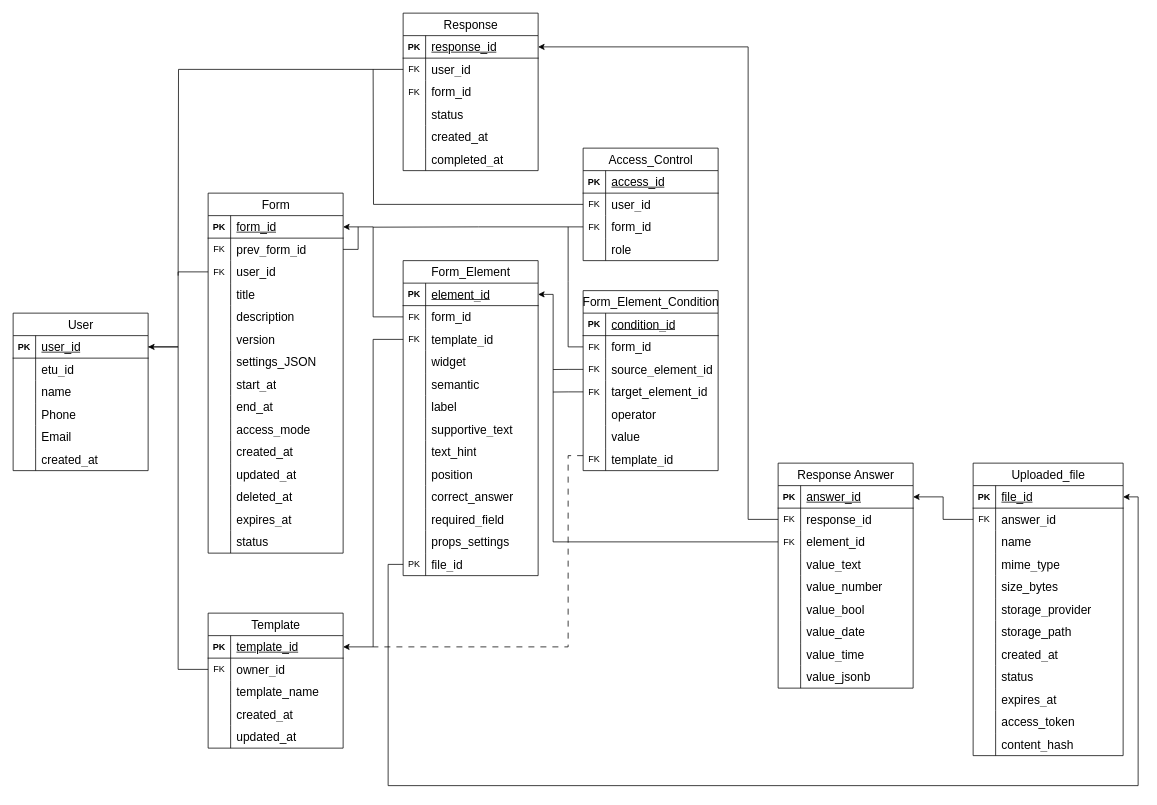
This is docs/ER.drawio from brick1ng5654/ETU-Forms, a draw.io file, before an edit. Source tidied: cells renumbered, new cells numbered last; positions are measured from the earlier drawing's top-left corner, leaving out a move shared by most shapes. Both pictures are drawn from the tidied source at 75%, with x=0, y=0 at pixel (13, 13).
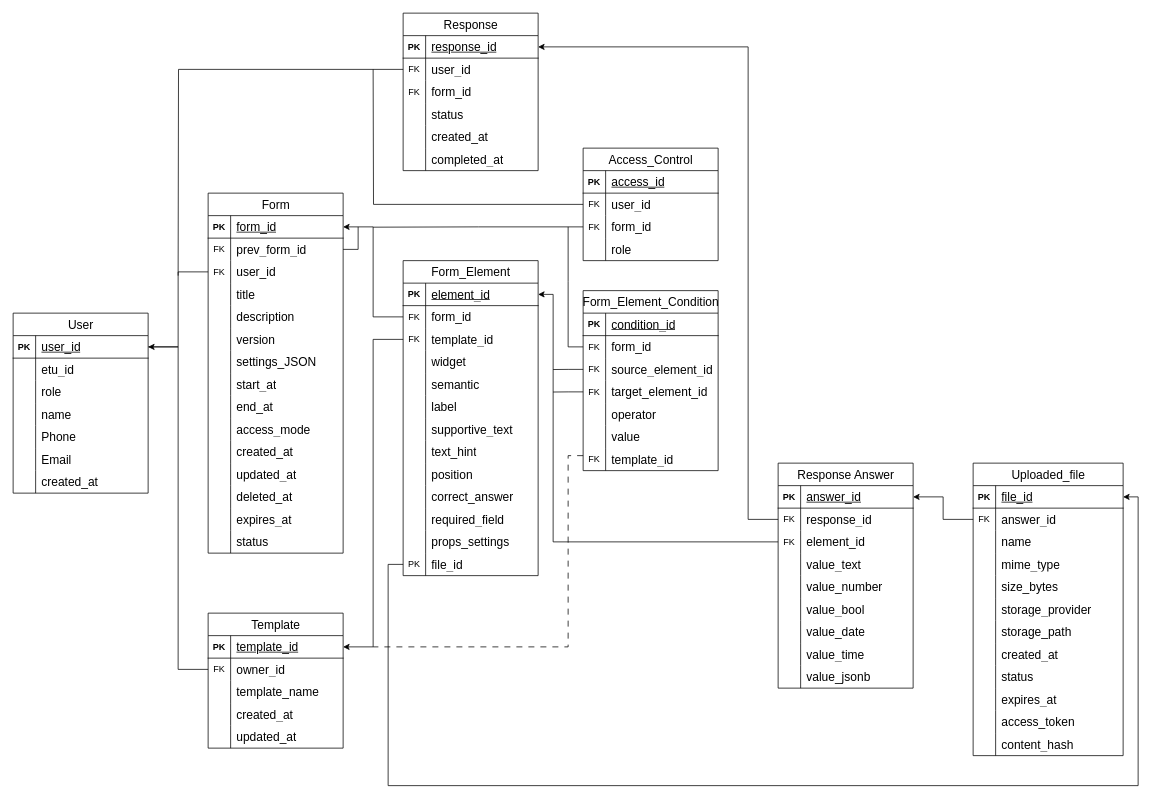
The same page after the edit.

What changed in the source:
```diff
@@
     <mxCell id="48" value="&lt;span style=&quot;font-size: 16px; font-weight: 400;&quot;&gt;User&lt;/span&gt;" style="shape=table;startSize=30;childLayout=tableLayout;rowLines=0;fontStyle=1;align=center;html=1;" parent="1" vertex="1">
-      <mxGeometry y="400" width="180" height="210" as="geometry" />
+      <mxGeometry y="400" width="180" height="240" as="geometry" />
     </mxCell>
@@
+    <mxCell id="258" style="shape=tableRow;horizontal=0;startSize=0;swimlaneHead=0;swimlaneBody=0;fillColor=none;top=0;left=0;right=0;bottom=0;" parent="48" vertex="1">
+      <mxGeometry y="90" width="180" height="30" as="geometry" />
+    </mxCell>
+    <mxCell id="259" style="shape=partialRectangle;fillColor=none;top=0;left=0;bottom=0;right=0;overflow=hidden;whiteSpace=wrap;html=1;" parent="258" vertex="1">
+      <mxGeometry width="30" height="30" as="geometry" />
+    </mxCell>
+    <mxCell id="260" value="&lt;span style=&quot;font-size: 16px;&quot;&gt;role&lt;/span&gt;" style="shape=partialRectangle;fillColor=none;top=0;left=0;bottom=0;right=0;align=left;spacingLeft=6;overflow=hidden;whiteSpace=wrap;html=1;" parent="258" vertex="1">
+      <mxGeometry x="30" width="150" height="30" as="geometry" />
+    </mxCell>
     <mxCell id="55" style="shape=tableRow;horizontal=0;startSize=0;swimlaneHead=0;swimlaneBody=0;fillColor=none;top=0;left=0;right=0;bottom=0;" parent="48" vertex="1">
-      <mxGeometry y="90" width="180" height="30" as="geometry" />
+      <mxGeometry y="120" width="180" height="30" as="geometry" />
     </mxCell>
@@
     <mxCell id="58" style="shape=tableRow;horizontal=0;startSize=0;swimlaneHead=0;swimlaneBody=0;fillColor=none;top=0;left=0;right=0;bottom=0;" parent="48" vertex="1">
-      <mxGeometry y="120" width="180" height="30" as="geometry" />
+      <mxGeometry y="150" width="180" height="30" as="geometry" />
     </mxCell>
@@
     <mxCell id="61" style="shape=tableRow;horizontal=0;startSize=0;swimlaneHead=0;swimlaneBody=0;fillColor=none;top=0;left=0;right=0;bottom=0;" parent="48" vertex="1">
-      <mxGeometry y="150" width="180" height="30" as="geometry" />
+      <mxGeometry y="180" width="180" height="30" as="geometry" />
     </mxCell>
@@
     <mxCell id="64" style="shape=tableRow;horizontal=0;startSize=0;swimlaneHead=0;swimlaneBody=0;fillColor=none;top=0;left=0;right=0;bottom=0;" parent="48" vertex="1">
-      <mxGeometry y="180" width="180" height="30" as="geometry" />
+      <mxGeometry y="210" width="180" height="30" as="geometry" />
     </mxCell>
```
